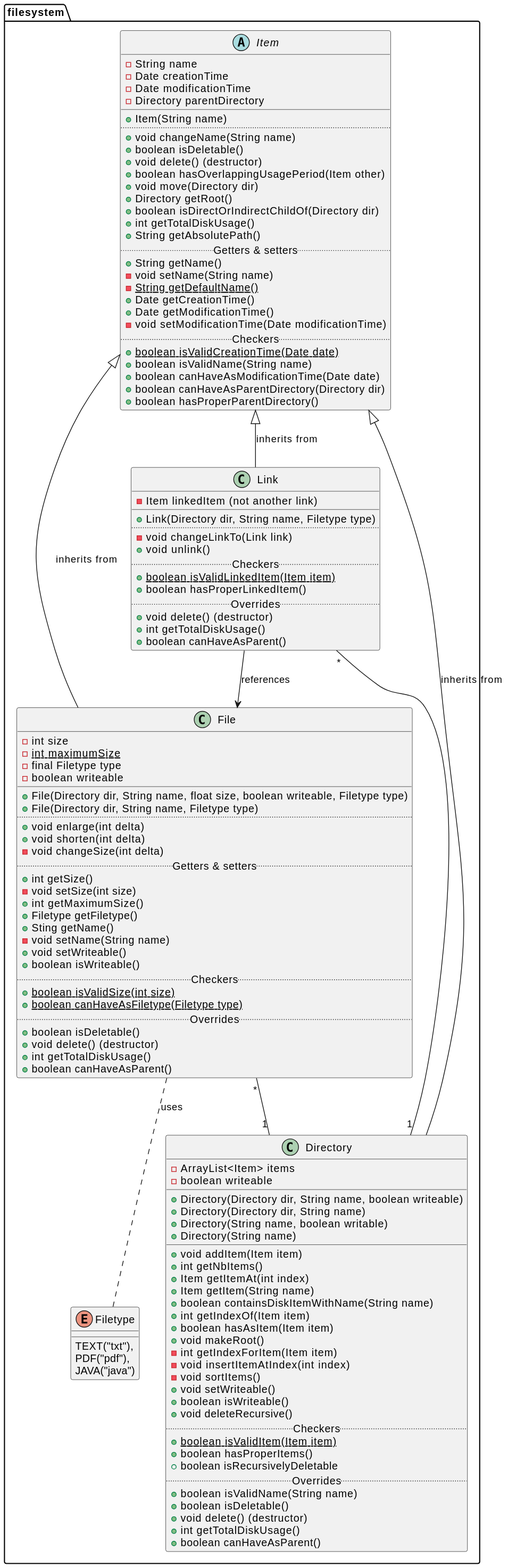
This is class-diagram/classdiagram.svg from vanschependom/KULAK_ogp-practicum2, a PlantUML export, as it was before one commit.
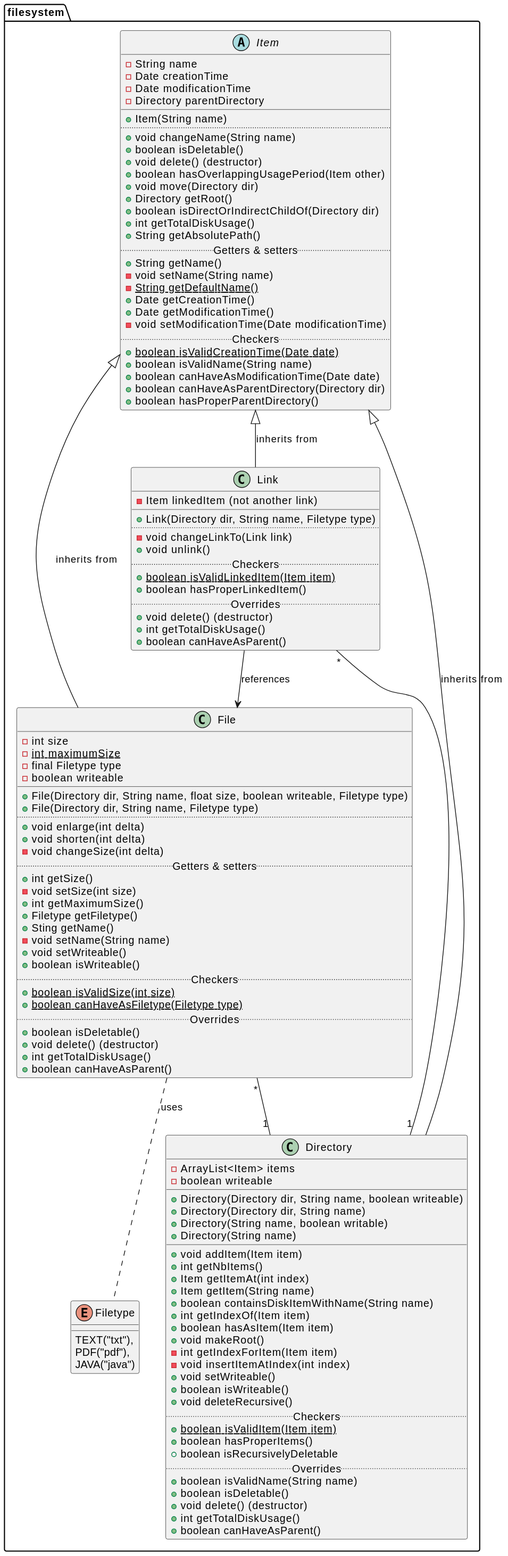
The same diagram one commit later.

What changed in the source:
```diff
@@ -89,7 +89,6 @@
     + void makeRoot()
     - int getIndexForItem(Item item)
     - void insertItemAtIndex(int index)
-    - void sortItems()
     + void setWriteable()
     + boolean isWriteable()
     + void deleteRecursive()
```
